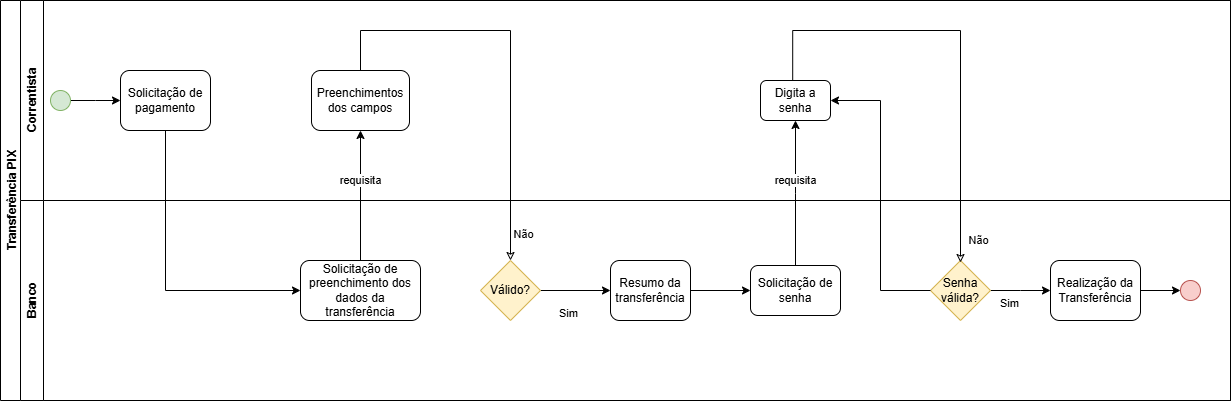
Earlier version of the draw.io export AsIS2.drawio.png (ThePlano/Topicos_Avancados_Eng_Soft). Source tidied: cells renumbered, new cells last; positions are measured from the earlier drawing's top-left corner, leaving out a move shared by most shapes.
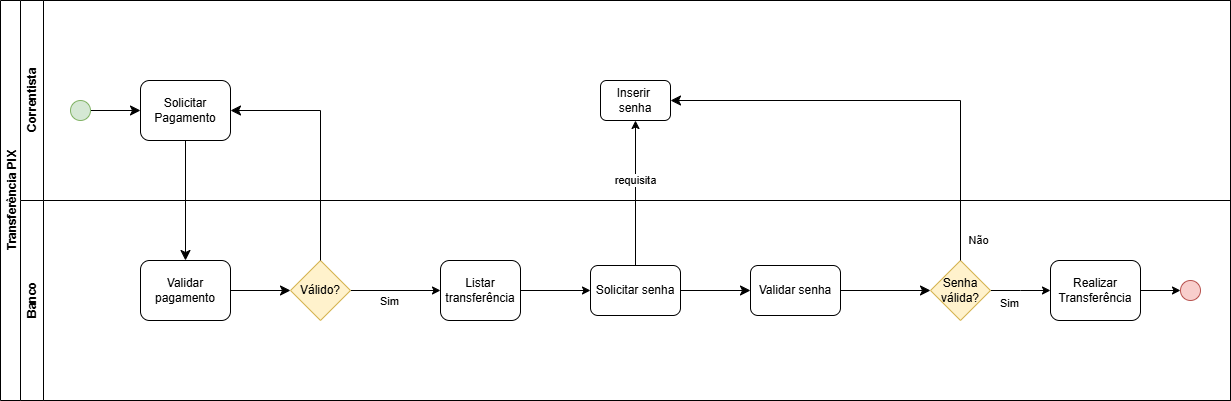
Later version of the same file.

What changed in the source:
```diff
@@ -8,43 +8,38 @@
     <mxCell id="3" value="Correntista" style="swimlane;horizontal=0;whiteSpace=wrap;html=1;" parent="2" vertex="1">
       <mxGeometry x="20" width="1210" height="200" as="geometry" />
     </mxCell>
+    <mxCell id="8" value="Inserir&amp;nbsp; senha" style="rounded=1;whiteSpace=wrap;html=1;" parent="3" vertex="1">
+      <mxGeometry x="580" y="80" width="70" height="40" as="geometry" />
+    </mxCell>
-    <mxCell id="4" value="Solicitação de pagamento" style="rounded=1;whiteSpace=wrap;html=1;" parent="3" vertex="1">
-      <mxGeometry x="100" y="70" width="90" height="60" as="geometry" />
+    <mxCell id="4" value="Solicitar Pagamento" style="rounded=1;whiteSpace=wrap;html=1;" parent="3" vertex="1">
+      <mxGeometry x="120" y="80" width="90" height="60" as="geometry" />
     </mxCell>
-    <mxCell id="5" style="edgeStyle=orthogonalEdgeStyle;rounded=0;jettySize=auto;html=1;" parent="3" edge="1" source="6">
-      <mxGeometry relative="1" as="geometry">
-        <mxPoint x="100" y="100" as="targetPoint" />
-      </mxGeometry>
-    </mxCell>
+    <mxCell id="31" style="edgeStyle=none;curved=1;rounded=0;jettySize=auto;html=1;entryX=0;entryY=0.5;entryDx=0;entryDy=0;fontSize=12;startSize=8;endSize=8;" parent="3" edge="1" source="6" target="4">
+      <mxGeometry relative="1" as="geometry" />
+    </mxCell>
     <mxCell id="6" style="ellipse;whiteSpace=wrap;html=1;fillColor=#d5e8d4;strokeColor=#82b366;" parent="3" vertex="1">
-      <mxGeometry x="30" y="90" width="20" height="20" as="geometry" />
+      <mxGeometry x="50" y="100" width="20" height="20" as="geometry" />
     </mxCell>
-    <mxCell id="7" value="Preenchimentos dos campos" style="rounded=1;whiteSpace=wrap;html=1;" parent="3" vertex="1">
-      <mxGeometry x="291" y="70" width="98" height="60" as="geometry" />
-    </mxCell>
-    <mxCell id="8" value="Digita a senha" style="rounded=1;whiteSpace=wrap;html=1;" parent="3" vertex="1">
-      <mxGeometry x="740" y="80" width="70" height="40" as="geometry" />
-    </mxCell>
     <mxCell id="9" value="Banco" style="swimlane;horizontal=0;whiteSpace=wrap;html=1;" parent="2" vertex="1">
       <mxGeometry x="20" y="200" width="1210" height="200" as="geometry" />
     </mxCell>
-    <mxCell id="10" value="Solicitação de preenchimento dos dados da transferência" style="rounded=1;whiteSpace=wrap;html=1;" parent="9" vertex="1">
-      <mxGeometry x="280" y="60" width="120" height="60" as="geometry" />
-    </mxCell>
     <mxCell id="11" style="edgeStyle=orthogonalEdgeStyle;rounded=0;jettySize=auto;html=1;" parent="9" edge="1" source="12" target="14">
       <mxGeometry relative="1" as="geometry" />
     </mxCell>
     <mxCell id="12" value="Válido?" style="rhombus;whiteSpace=wrap;html=1;fillColor=#fff2cc;strokeColor=#d6b656;" parent="9" vertex="1">
-      <mxGeometry x="460" y="60" width="60" height="60" as="geometry" />
+      <mxGeometry x="270" y="60" width="60" height="60" as="geometry" />
     </mxCell>
     <mxCell id="13" style="edgeStyle=orthogonalEdgeStyle;rounded=0;jettySize=auto;html=1;entryX=0;entryY=0.5;entryDx=0;entryDy=0;" parent="9" edge="1" source="14" target="15">
       <mxGeometry relative="1" as="geometry" />
     </mxCell>
-    <mxCell id="14" value="Resumo da transferência" style="rounded=1;whiteSpace=wrap;html=1;" parent="9" vertex="1">
-      <mxGeometry x="590" y="60" width="80" height="60" as="geometry" />
+    <mxCell id="14" value="Listar transferência" style="rounded=1;whiteSpace=wrap;html=1;" parent="9" vertex="1">
+      <mxGeometry x="420" y="60" width="80" height="60" as="geometry" />
     </mxCell>
+    <mxCell id="32" style="edgeStyle=none;curved=1;rounded=0;jettySize=auto;html=1;fontSize=12;startSize=8;endSize=8;" parent="9" edge="1" source="15" target="36">
+      <mxGeometry relative="1" as="geometry" />
+    </mxCell>
-    <mxCell id="15" value="Solicitação de senha" style="rounded=1;whiteSpace=wrap;html=1;" parent="9" vertex="1">
-      <mxGeometry x="730" y="65" width="90" height="50" as="geometry" />
+    <mxCell id="15" value="Solicitar senha" style="rounded=1;whiteSpace=wrap;html=1;" parent="9" vertex="1">
+      <mxGeometry x="570" y="65" width="90" height="50" as="geometry" />
     </mxCell>
     <mxCell id="16" style="edgeStyle=orthogonalEdgeStyle;rounded=0;jettySize=auto;html=1;" parent="9" edge="1" source="17">
       <mxGeometry relative="1" as="geometry">
@@ -67,60 +62,47 @@
     <mxCell id="20" style="edgeStyle=orthogonalEdgeStyle;rounded=0;jettySize=auto;html=1;" parent="9" edge="1" source="21" target="22">
       <mxGeometry relative="1" as="geometry" />
     </mxCell>
-    <mxCell id="21" value="Realização da Transferência" style="rounded=1;whiteSpace=wrap;html=1;" parent="9" vertex="1">
+    <mxCell id="21" value="Realizar Transferência" style="rounded=1;whiteSpace=wrap;html=1;" parent="9" vertex="1">
       <mxGeometry x="1030" y="60" width="90" height="60" as="geometry" />
     </mxCell>
     <mxCell id="22" style="ellipse;whiteSpace=wrap;html=1;fillColor=#f8cecc;strokeColor=#b85450;" parent="9" vertex="1">
       <mxGeometry x="1160" y="80" width="20" height="20" as="geometry" />
     </mxCell>
-    <mxCell id="23" style="edgeStyle=orthogonalEdgeStyle;rounded=0;jettySize=auto;html=1;entryX=0;entryY=0.5;entryDx=0;entryDy=0;" parent="2" edge="1" source="4" target="10">
-      <mxGeometry relative="1" as="geometry">
-        <Array as="points">
-          <mxPoint x="165" y="290" />
-        </Array>
-      </mxGeometry>
-    </mxCell>
-    <mxCell id="24" style="edgeStyle=orthogonalEdgeStyle;rounded=0;jettySize=auto;html=1;entryX=0.5;entryY=0;entryDx=0;entryDy=0;startArrow=classic;startFill=0;endArrow=none;" parent="2" edge="1" source="12" target="7">
-      <mxGeometry relative="1" as="geometry">
-        <Array as="points">
-          <mxPoint x="510" y="30" />
-          <mxPoint x="360" y="30" />
-        </Array>
-      </mxGeometry>
-    </mxCell>
-    <mxCell id="25" value="Não" style="edgeLabel;html=1;align=center;verticalAlign=middle;" parent="24" vertex="1">
-      <mxGeometry x="-0.42" y="-5" relative="1" as="geometry">
-        <mxPoint x="7" y="96" as="offset" />
-      </mxGeometry>
-    </mxCell>
-    <mxCell id="26" value="requisita" style="edgeStyle=orthogonalEdgeStyle;rounded=0;jettySize=auto;html=1;exitX=0.5;exitY=0;exitDx=0;exitDy=0;" parent="2" edge="1" source="10" target="7">
-      <mxGeometry x="0.23" relative="1" as="geometry">
-        <Array as="points">
-          <mxPoint x="360" y="200" />
-          <mxPoint x="360" y="200" />
-        </Array>
-      </mxGeometry>
-    </mxCell>
+    <mxCell id="33" style="edgeStyle=none;curved=1;rounded=0;jettySize=auto;html=1;entryX=0;entryY=0.5;entryDx=0;entryDy=0;fontSize=12;startSize=8;endSize=8;" parent="9" edge="1" source="34" target="12">
+      <mxGeometry relative="1" as="geometry" />
+    </mxCell>
+    <mxCell id="34" value="Validar pagamento" style="rounded=1;whiteSpace=wrap;html=1;" parent="9" vertex="1">
+      <mxGeometry x="120" y="60" width="90" height="60" as="geometry" />
+    </mxCell>
+    <mxCell id="35" style="edgeStyle=none;curved=1;rounded=0;jettySize=auto;html=1;entryX=0;entryY=0.5;entryDx=0;entryDy=0;fontSize=12;startSize=8;endSize=8;" parent="9" edge="1" source="36" target="17">
+      <mxGeometry relative="1" as="geometry" />
+    </mxCell>
+    <mxCell id="36" value="Validar senha" style="rounded=1;whiteSpace=wrap;html=1;" parent="9" vertex="1">
+      <mxGeometry x="730" y="65" width="90" height="50" as="geometry" />
+    </mxCell>
-    <mxCell id="27" value="requisita" style="edgeStyle=orthogonalEdgeStyle;rounded=0;jettySize=auto;html=1;" parent="2" edge="1" source="15">
-      <mxGeometry x="0.18" relative="1" as="geometry">
-        <mxPoint x="795" y="120" as="targetPoint" />
-      </mxGeometry>
+    <mxCell id="27" value="requisita" style="edgeStyle=orthogonalEdgeStyle;rounded=0;jettySize=auto;html=1;entryX=0.5;entryY=1;entryDx=0;entryDy=0;" parent="2" edge="1" source="15" target="8">
+      <mxGeometry x="0.18" relative="1" as="geometry" />
     </mxCell>
-    <mxCell id="28" style="edgeStyle=orthogonalEdgeStyle;rounded=0;jettySize=auto;html=1;entryX=0.46;entryY=0.012;entryDx=0;entryDy=0;entryPerimeter=0;startArrow=classic;startFill=0;endArrow=none;" parent="2" edge="1" target="8">
-      <mxGeometry relative="1" as="geometry">
-        <mxPoint x="960" y="262" as="sourcePoint" />
-        <Array as="points">
-          <mxPoint x="960" y="30" />
-          <mxPoint x="792" y="30" />
-        </Array>
-      </mxGeometry>
-    </mxCell>
-    <mxCell id="29" style="edgeStyle=orthogonalEdgeStyle;rounded=0;jettySize=auto;html=1;entryX=1;entryY=0.5;entryDx=0;entryDy=0;" parent="2" edge="1" source="17" target="8">
-      <mxGeometry relative="1" as="geometry" />
+    <mxCell id="29" style="edgeStyle=orthogonalEdgeStyle;rounded=0;jettySize=auto;html=1;entryX=1;entryY=0.5;entryDx=0;entryDy=0;fontSize=12;startSize=8;endSize=8;" parent="2" edge="1" source="17" target="8">
+      <mxGeometry relative="1" as="geometry">
+        <Array as="points">
+          <mxPoint x="960" y="100" />
+        </Array>
+      </mxGeometry>
     </mxCell>
+    <mxCell id="37" style="edgeStyle=none;curved=1;rounded=0;jettySize=auto;html=1;entryX=0.5;entryY=0;entryDx=0;entryDy=0;fontSize=12;startSize=8;endSize=8;" parent="2" edge="1" source="4" target="34">
+      <mxGeometry relative="1" as="geometry" />
+    </mxCell>
+    <mxCell id="38" style="edgeStyle=orthogonalEdgeStyle;rounded=0;jettySize=auto;html=1;entryX=1;entryY=0.5;entryDx=0;entryDy=0;fontSize=12;startSize=8;endSize=8;" parent="2" edge="1" source="12" target="4">
+      <mxGeometry relative="1" as="geometry">
+        <Array as="points">
+          <mxPoint x="320" y="110" />
+        </Array>
+      </mxGeometry>
+    </mxCell>
     <mxCell id="30" value="Sim" style="edgeLabel;html=1;align=center;verticalAlign=middle;" parent="1" vertex="1">
       <mxGeometry x="570" y="318" as="geometry">
-        <mxPoint x="-3" y="-6" as="offset" />
+        <mxPoint x="-182" y="-18" as="offset" />
       </mxGeometry>
     </mxCell>
   </root>
```
